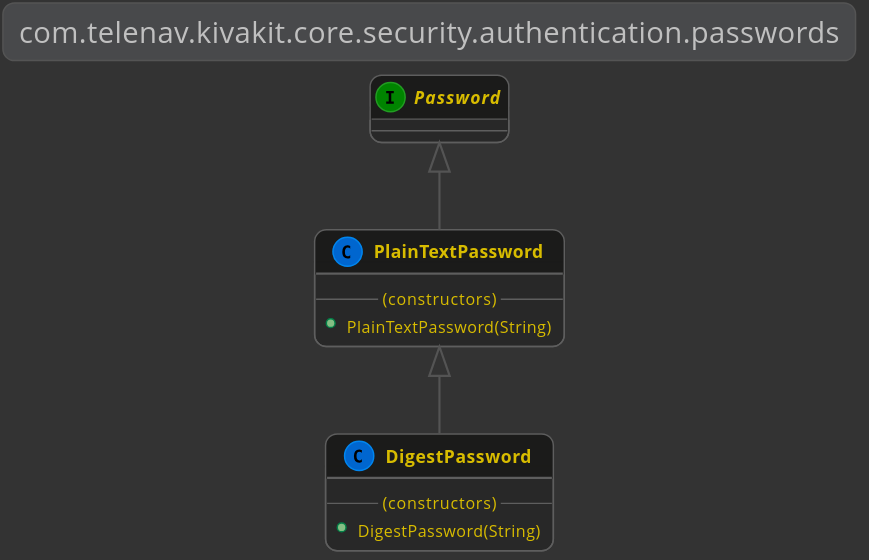
Before: kivakit-core/security/documentation/diagrams/com.telenav.kivakit.core.security.authentication.passwords.svg, a diagram exported from PlantUML (Telenav/kivakit). Source of this version:
```plantuml
@startuml

    !include ../lexakai/lexakai.theme

    title "com.telenav.kivakit.core.security.authentication.passwords"

    interface Password

    PlainTextPassword <|-- DigestPassword
    class DigestPassword
    {
        --(constructors)--
        +DigestPassword(String)
    }

    Password <|-- PlainTextPassword
    class PlainTextPassword
    {
        --(constructors)--
        +PlainTextPassword(String)
    }

@enduml
```
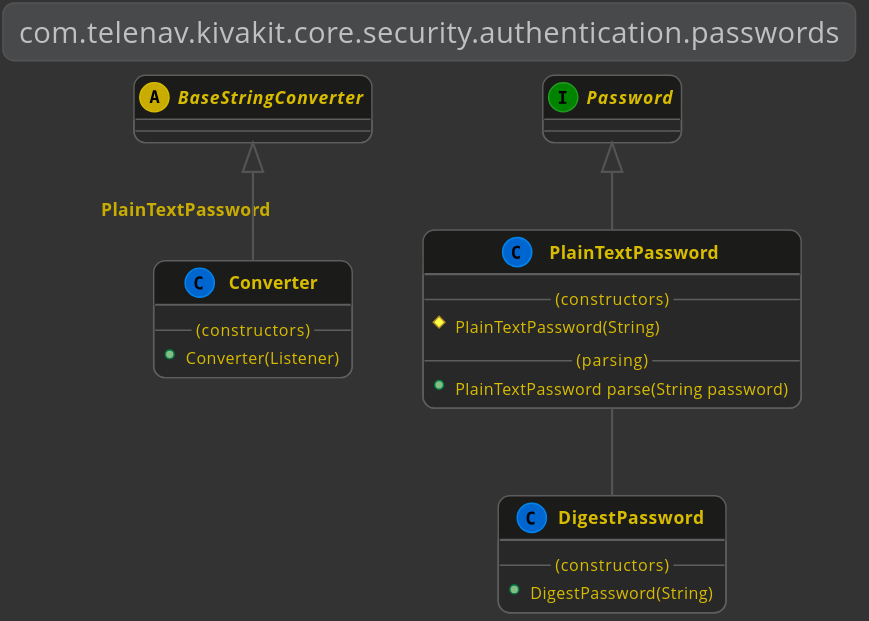
After the commit.

The edit, as a diff of the source:
```diff
@@ -4,7 +4,16 @@
 
     title "com.telenav.kivakit.core.security.authentication.passwords"
 
+    abstract BaseStringConverter
+
     interface Password
+
+    BaseStringConverter <|-- PlainTextPassword.Converter
+    class PlainTextPassword.Converter
+    {
+        --(constructors)--
+        +Converter(Listener)
+    }
 
     PlainTextPassword <|-- DigestPassword
     class DigestPassword
@@ -17,7 +26,9 @@
     class PlainTextPassword
     {
         --(constructors)--
-        +PlainTextPassword(String)
+        #PlainTextPassword(String)
+        --(parsing)--
+        +PlainTextPassword parse(String password)
     }
 
 @enduml
```
